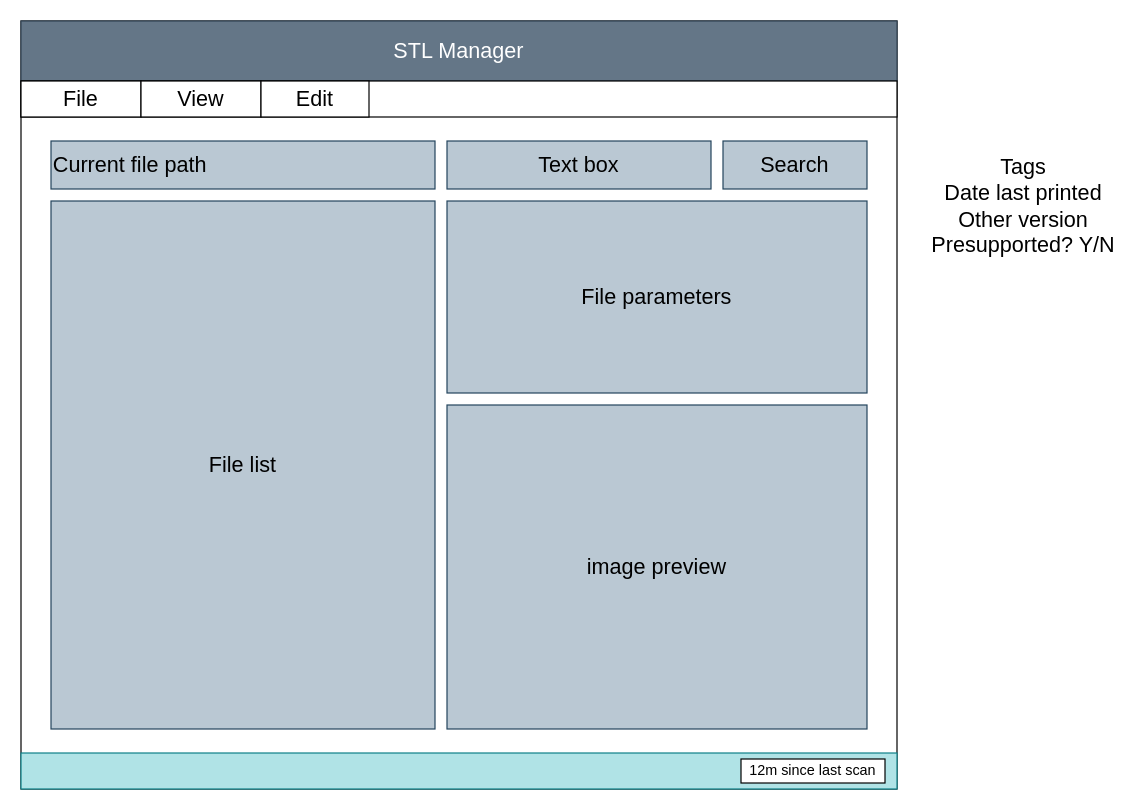
Earlier version of the draw.io diagram AppView.drawio (Gink3/STL_Manager). Source tidied: cells renumbered, new cells numbered last; positions are measured from the earlier drawing's top-left corner, leaving out a move shared by most shapes. Both pictures are drawn from the tidied source at 120%, with x=0, y=0 at pixel (20, 20).
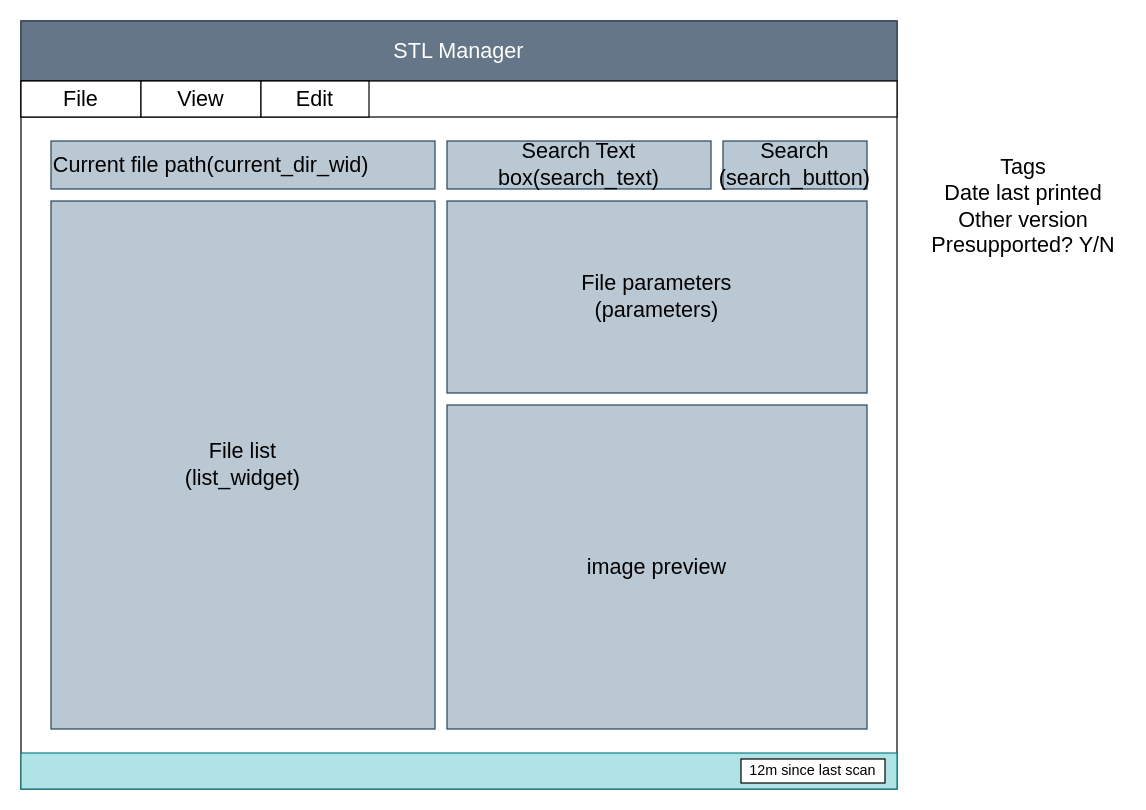
Above is the later version.

Commit message:
Added object names to diagram

Diff of the diagram source:
```diff
@@
 <mxGraphModel>
   <root>
     <mxCell id="0" />
     <mxCell id="1" parent="0" />
     <mxCell id="2" style="rounded=0;whiteSpace=wrap;html=1;" parent="1" vertex="1">
       <mxGeometry width="730" height="640" as="geometry" />
     </mxCell>
     <mxCell id="3" value="&lt;font style=&quot;font-size: 18px;&quot;&gt;STL Manager&lt;/font&gt;" style="rounded=0;whiteSpace=wrap;html=1;fillColor=#647687;fontColor=#ffffff;strokeColor=#314354;" parent="1" vertex="1">
       <mxGeometry width="730" height="50" as="geometry" />
     </mxCell>
-    <mxCell id="4" value="File list" style="rounded=0;whiteSpace=wrap;html=1;fontSize=18;fillColor=#bac8d3;strokeColor=#23445d;" parent="1" vertex="1">
+    <mxCell id="4" value="File list&lt;br&gt;(list_widget)" style="rounded=0;whiteSpace=wrap;html=1;fontSize=18;fillColor=#bac8d3;strokeColor=#23445d;" parent="1" vertex="1">
       <mxGeometry x="25" y="150" width="320" height="440" as="geometry" />
     </mxCell>
-    <mxCell id="5" value="Current file path" style="rounded=0;whiteSpace=wrap;html=1;fontSize=18;align=left;fillColor=#bac8d3;strokeColor=#23445d;" parent="1" vertex="1">
+    <mxCell id="5" value="Current file path(current_dir_wid)" style="rounded=0;whiteSpace=wrap;html=1;fontSize=18;align=left;fillColor=#bac8d3;strokeColor=#23445d;" parent="1" vertex="1">
       <mxGeometry x="25" y="100" width="320" height="40" as="geometry" />
     </mxCell>
-    <mxCell id="6" value="File parameters" style="rounded=0;whiteSpace=wrap;html=1;fontSize=18;fillColor=#bac8d3;strokeColor=#23445d;" parent="1" vertex="1">
+    <mxCell id="6" value="File parameters&lt;br&gt;(parameters)" style="rounded=0;whiteSpace=wrap;html=1;fontSize=18;fillColor=#bac8d3;strokeColor=#23445d;" parent="1" vertex="1">
       <mxGeometry x="355" y="150" width="350" height="160" as="geometry" />
     </mxCell>
     <mxCell id="7" value="image preview" style="rounded=0;whiteSpace=wrap;html=1;fontSize=18;fillColor=#bac8d3;strokeColor=#23445d;" parent="1" vertex="1">
       <mxGeometry x="355" y="320" width="350" height="270" as="geometry" />
     </mxCell>
-    <mxCell id="8" value="Text box" style="rounded=0;whiteSpace=wrap;html=1;fontSize=18;fillColor=#bac8d3;strokeColor=#23445d;" parent="1" vertex="1">
+    <mxCell id="8" value="Search Text box(search_text)" style="rounded=0;whiteSpace=wrap;html=1;fontSize=18;fillColor=#bac8d3;strokeColor=#23445d;" parent="1" vertex="1">
       <mxGeometry x="355" y="100" width="220" height="40" as="geometry" />
     </mxCell>
     <mxCell id="9" value="Tags&lt;br&gt;Date last printed&lt;br&gt;Other version&lt;br&gt;Presupported? Y/N" style="text;html=1;align=center;verticalAlign=middle;strokeColor=none;fillColor=none;fontSize=18;" parent="1" vertex="1">
       <mxGeometry x="750" y="110" width="170" height="90" as="geometry" />
     </mxCell>
-    <mxCell id="10" value="Search" style="rounded=0;whiteSpace=wrap;html=1;fontSize=18;fillColor=#bac8d3;strokeColor=#23445d;" parent="1" vertex="1">
+    <mxCell id="10" value="Search&lt;br&gt;(search_button)" style="rounded=0;whiteSpace=wrap;html=1;fontSize=18;fillColor=#bac8d3;strokeColor=#23445d;" parent="1" vertex="1">
       <mxGeometry x="585" y="100" width="120" height="40" as="geometry" />
     </mxCell>
     <mxCell id="11" style="rounded=0;whiteSpace=wrap;html=1;fontSize=18;" parent="1" vertex="1">
       <mxGeometry y="50" width="730" height="30" as="geometry" />
     </mxCell>
     <mxCell id="12" value="File" style="rounded=0;whiteSpace=wrap;html=1;fontSize=18;" parent="1" vertex="1">
       <mxGeometry y="50" width="100" height="30" as="geometry" />
     </mxCell>
     <mxCell id="13" value="View" style="rounded=0;whiteSpace=wrap;html=1;fontSize=18;" parent="1" vertex="1">
       <mxGeometry x="100" y="50" width="100" height="30" as="geometry" />
     </mxCell>
     <mxCell id="14" value="Edit" style="rounded=0;whiteSpace=wrap;html=1;fontSize=18;" parent="1" vertex="1">
       <mxGeometry x="200" y="50" width="90" height="30" as="geometry" />
     </mxCell>
     <mxCell id="15" style="rounded=0;whiteSpace=wrap;html=1;fillColor=#b0e3e6;strokeColor=#0e8088;" parent="1" vertex="1">
       <mxGeometry y="610" width="730" height="30" as="geometry" />
     </mxCell>
     <mxCell id="16" value="12m since last scan" style="rounded=0;whiteSpace=wrap;html=1;" parent="1" vertex="1">
       <mxGeometry x="600" y="615" width="120" height="20" as="geometry" />
     </mxCell>
   </root>
 </mxGraphModel>
```
